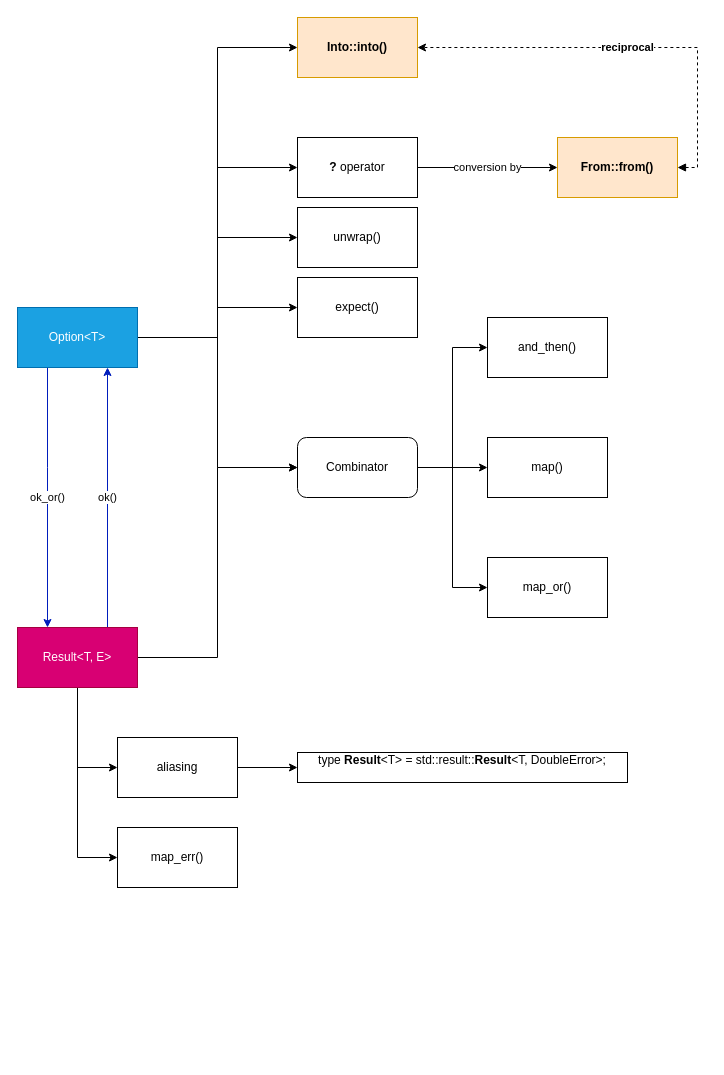
The draw.io diagram page "Option<T> and Result<T, E>" (1 of 2) of std_library.drawio in gftea/rust_lang_notes, before the edit. Source tidied: cells renumbered, new cells numbered last; positions are measured from the earlier drawing's top-left corner, leaving out a move shared by most shapes. Both pictures are drawn from the tidied source at 100%, with x=0, y=0 at pixel (17, 17).
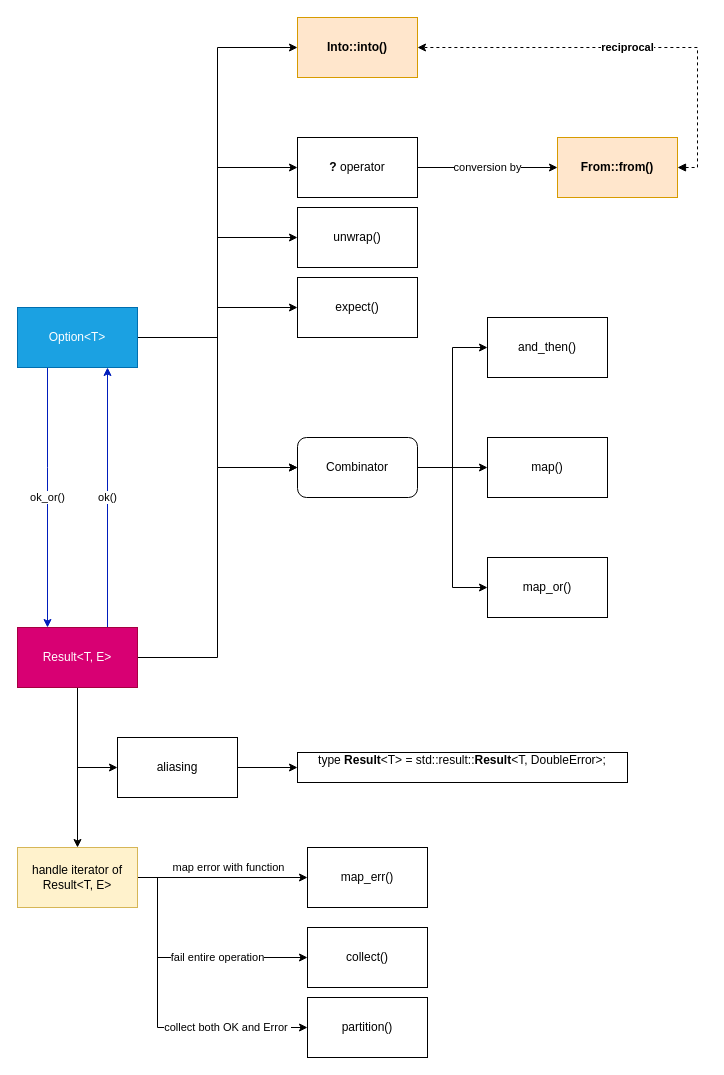
The same page after the edit.

The change refers to these unchanged cells:
```xml
<mxCell id="23" value="Result&amp;lt;T, E&amp;gt;" style="rounded=0;whiteSpace=wrap;html=1;fillColor=#d80073;fontColor=#ffffff;strokeColor=#A50040;" parent="1" vertex="1">
  <mxGeometry y="610" width="120" height="60" as="geometry" />
</mxCell>
```

Diff of the diagram source:
```diff
@@
-    <mxCell id="22" style="edgeStyle=orthogonalEdgeStyle;rounded=0;jettySize=auto;html=1;entryX=0;entryY=0.5;entryDx=0;entryDy=0;strokeWidth=1;" parent="1" edge="1" source="23" target="29">
-      <mxGeometry relative="1" as="geometry" />
-    </mxCell>
+    <mxCell id="32" value="map error with function" style="edgeStyle=orthogonalEdgeStyle;rounded=0;jettySize=auto;html=1;entryX=0;entryY=0.5;entryDx=0;entryDy=0;startArrow=none;startFill=0;strokeWidth=1;exitX=1;exitY=0.5;exitDx=0;exitDy=0;" parent="1" edge="1" source="38" target="29">
+      <mxGeometry x="0.06" y="10" relative="1" as="geometry">
+        <mxPoint x="1" as="offset" />
+      </mxGeometry>
+    </mxCell>
+    <mxCell id="33" value="fail entire operation" style="edgeStyle=orthogonalEdgeStyle;rounded=0;jettySize=auto;html=1;entryX=0;entryY=0.5;entryDx=0;entryDy=0;startArrow=none;startFill=0;strokeWidth=1;exitX=1;exitY=0.5;exitDx=0;exitDy=0;" parent="1" edge="1" source="38" target="36">
+      <mxGeometry x="0.28" relative="1" as="geometry">
+        <Array as="points">
+          <mxPoint x="140" y="860" />
+          <mxPoint x="140" y="940" />
+        </Array>
+      </mxGeometry>
+    </mxCell>
+    <mxCell id="34" value="collect both OK and Error&amp;nbsp;" style="edgeStyle=orthogonalEdgeStyle;rounded=0;jettySize=auto;html=1;entryX=0;entryY=0.5;entryDx=0;entryDy=0;startArrow=none;startFill=0;strokeWidth=1;exitX=1;exitY=0.5;exitDx=0;exitDy=0;" parent="1" edge="1" source="38" target="37">
+      <mxGeometry x="0.5" relative="1" as="geometry">
+        <Array as="points">
+          <mxPoint x="140" y="860" />
+          <mxPoint x="140" y="1010" />
+        </Array>
+      </mxGeometry>
+    </mxCell>
+    <mxCell id="35" style="edgeStyle=orthogonalEdgeStyle;rounded=0;jettySize=auto;html=1;entryX=0.5;entryY=0;entryDx=0;entryDy=0;startArrow=none;startFill=0;strokeWidth=1;" parent="1" edge="1" source="23" target="38">
+      <mxGeometry relative="1" as="geometry" />
+    </mxCell>
@@
     <mxCell id="29" value="map_err()" style="rounded=0;whiteSpace=wrap;html=1;" parent="1" vertex="1">
-      <mxGeometry x="100" y="810" width="120" height="60" as="geometry" />
+      <mxGeometry x="290" y="830" width="120" height="60" as="geometry" />
     </mxCell>
@@
+    <mxCell id="36" value="collect()" style="rounded=0;whiteSpace=wrap;html=1;" parent="1" vertex="1">
+      <mxGeometry x="290" y="910" width="120" height="60" as="geometry" />
+    </mxCell>
+    <mxCell id="37" value="partition()" style="rounded=0;whiteSpace=wrap;html=1;" parent="1" vertex="1">
+      <mxGeometry x="290" y="980" width="120" height="60" as="geometry" />
+    </mxCell>
+    <mxCell id="38" value="handle iterator of Result&amp;lt;T, E&amp;gt;" style="rounded=0;whiteSpace=wrap;html=1;fillColor=#fff2cc;strokeColor=#d6b656;" parent="1" vertex="1">
+      <mxGeometry y="830" width="120" height="60" as="geometry" />
+    </mxCell>
```
